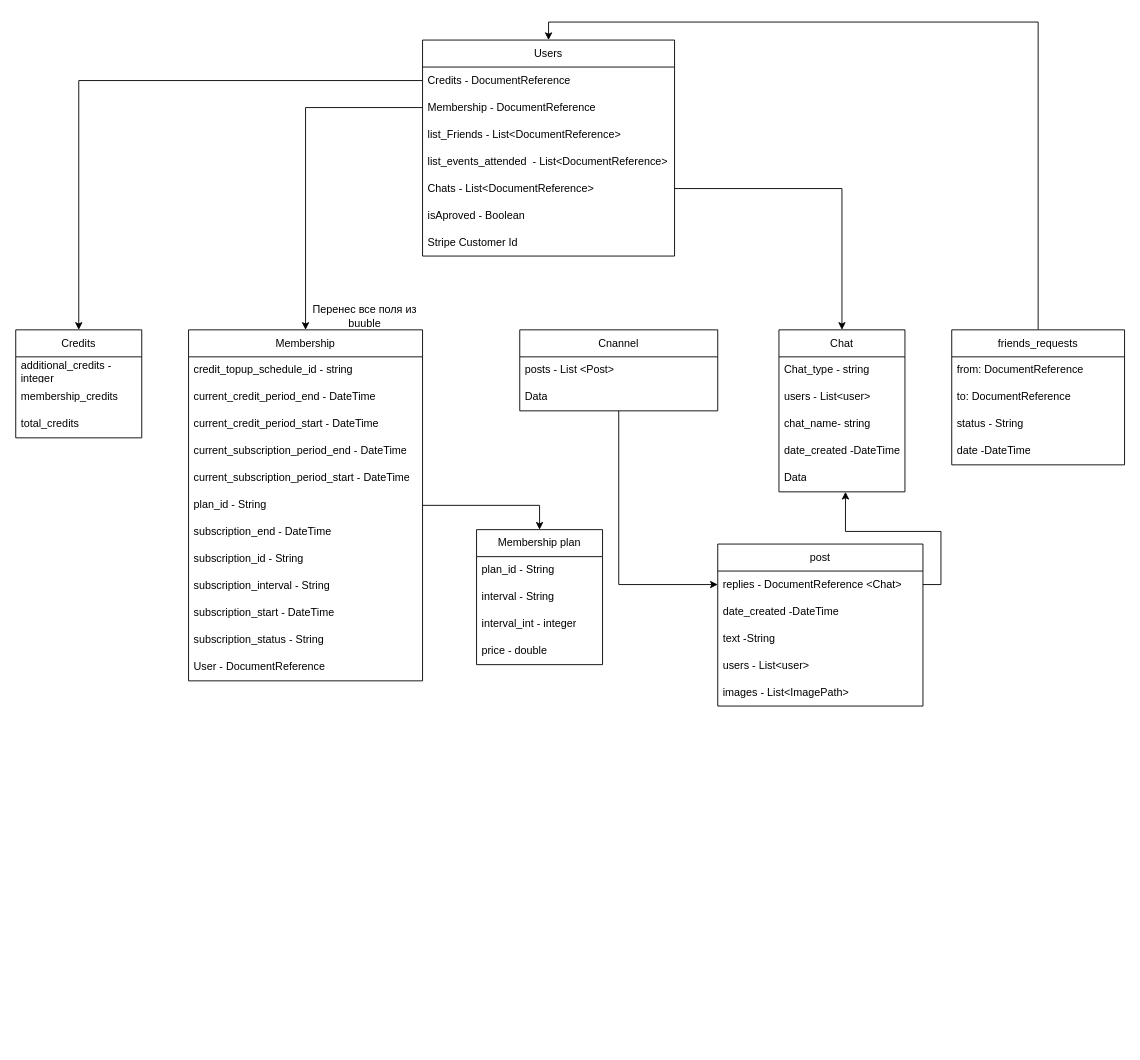
Above: Диаграмма без названия.drawio in rataysh/schemes (draw.io), before the change. Source tidied: cells renumbered, new cells numbered last; positions are measured from the earlier drawing's top-left corner, leaving out a move shared by most shapes. Both pictures are drawn from the tidied source at 90%, with x=0, y=0 at pixel (15, 40).
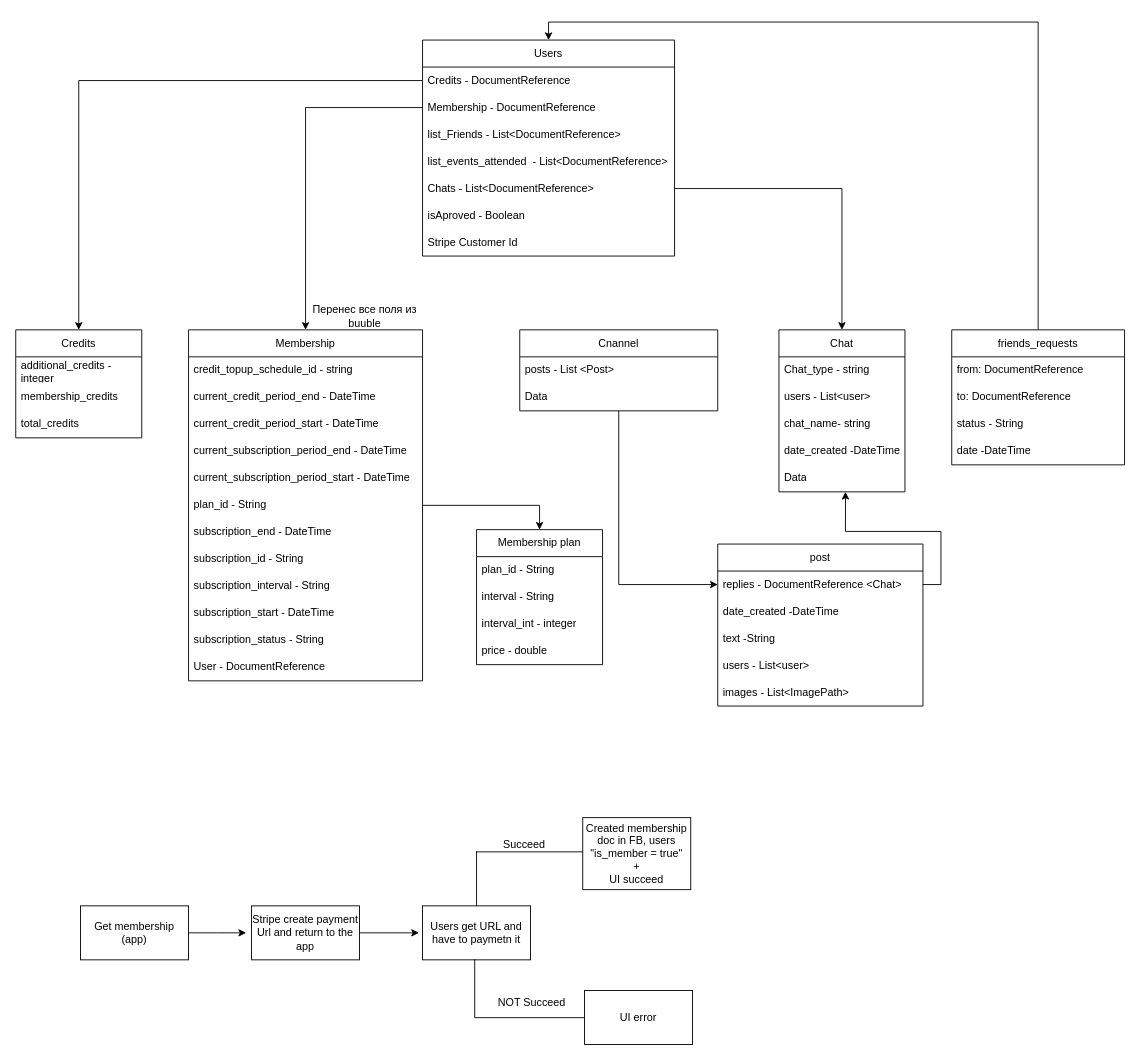
Above is the later version.

What changed in the source:
```diff
@@
+    <mxCell id="60" style="edgeStyle=orthogonalEdgeStyle;rounded=0;jettySize=auto;html=1;" parent="1" edge="1" source="61">
+      <mxGeometry relative="1" as="geometry">
+        <mxPoint x="256" y="992" as="targetPoint" />
+      </mxGeometry>
+    </mxCell>
+    <mxCell id="61" value="Get membership (app)" style="rounded=0;whiteSpace=wrap;html=1;" parent="1" vertex="1">
+      <mxGeometry x="72" y="962" width="120" height="60" as="geometry" />
+    </mxCell>
+    <mxCell id="62" style="edgeStyle=orthogonalEdgeStyle;rounded=0;jettySize=auto;html=1;" parent="1" edge="1" source="63">
+      <mxGeometry relative="1" as="geometry">
+        <mxPoint x="448" y="992" as="targetPoint" />
+      </mxGeometry>
+    </mxCell>
+    <mxCell id="63" value="Stripe create payment Url and return to the app" style="rounded=0;whiteSpace=wrap;html=1;" parent="1" vertex="1">
+      <mxGeometry x="262" y="962" width="120" height="60" as="geometry" />
+    </mxCell>
+    <mxCell id="64" value="Users get URL and have to paymetn it" style="rounded=0;whiteSpace=wrap;html=1;" parent="1" vertex="1">
+      <mxGeometry x="452" y="962" width="120" height="60" as="geometry" />
+    </mxCell>
+    <mxCell id="65" style="shape=partialRectangle;whiteSpace=wrap;html=1;bottom=0;right=0;fillColor=none;" parent="1" vertex="1">
+      <mxGeometry x="512" y="902" width="120" height="60" as="geometry" />
+    </mxCell>
+    <mxCell id="66" style="shape=partialRectangle;whiteSpace=wrap;html=1;top=0;left=0;fillColor=none;rotation=90;" parent="1" vertex="1">
+      <mxGeometry x="539.7" y="992" width="64.5" height="124" as="geometry" />
+    </mxCell>
+    <mxCell id="67" value="Created membership doc in FB, users &quot;is_member = true&quot;&lt;br&gt;+&lt;br&gt;UI succeed" style="rounded=0;whiteSpace=wrap;html=1;" parent="1" vertex="1">
+      <mxGeometry x="630" y="864" width="120" height="80" as="geometry" />
+    </mxCell>
+    <mxCell id="68" value="UI error" style="rounded=0;whiteSpace=wrap;html=1;" parent="1" vertex="1">
+      <mxGeometry x="632" y="1056" width="120" height="60" as="geometry" />
+    </mxCell>
+    <mxCell id="69" value="Succeed" style="text;whiteSpace=wrap;" parent="1" vertex="1">
+      <mxGeometry x="539.7" y="880" width="64" height="16" as="geometry" />
+    </mxCell>
+    <mxCell id="70" value="NOT Succeed" style="text;whiteSpace=wrap;" parent="1" vertex="1">
+      <mxGeometry x="534" y="1056" width="96" height="48" as="geometry" />
+    </mxCell>
```
